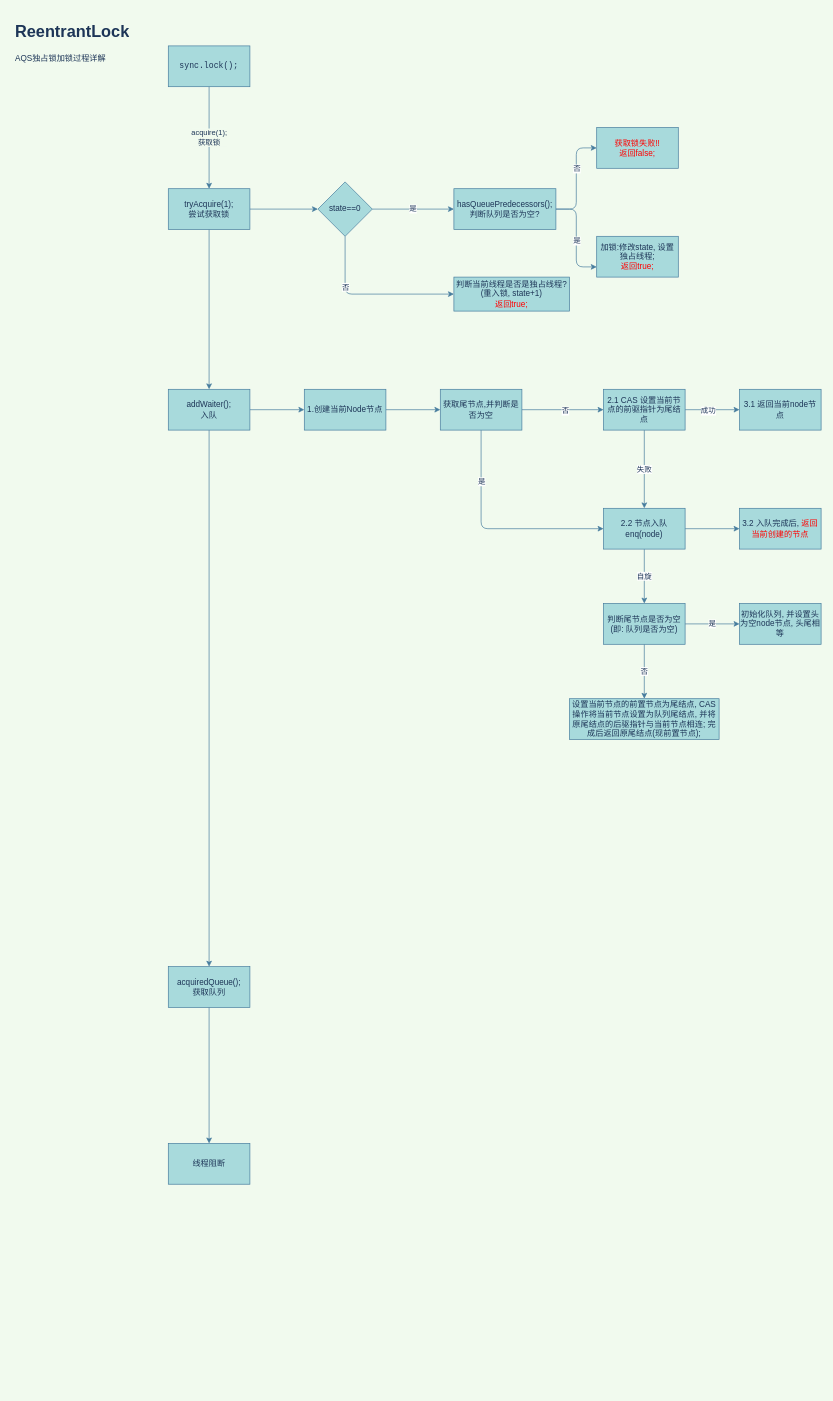
This is space1/未命名绘图.drawio from naccoit/drawio, a draw.io file, before an edit. Source tidied: cells renumbered, new cells numbered last; positions are measured from the earlier drawing's top-left corner, leaving out a move shared by most shapes. Both pictures are drawn from the tidied source at 68%, with x=0, y=0 at pixel (12, 18).
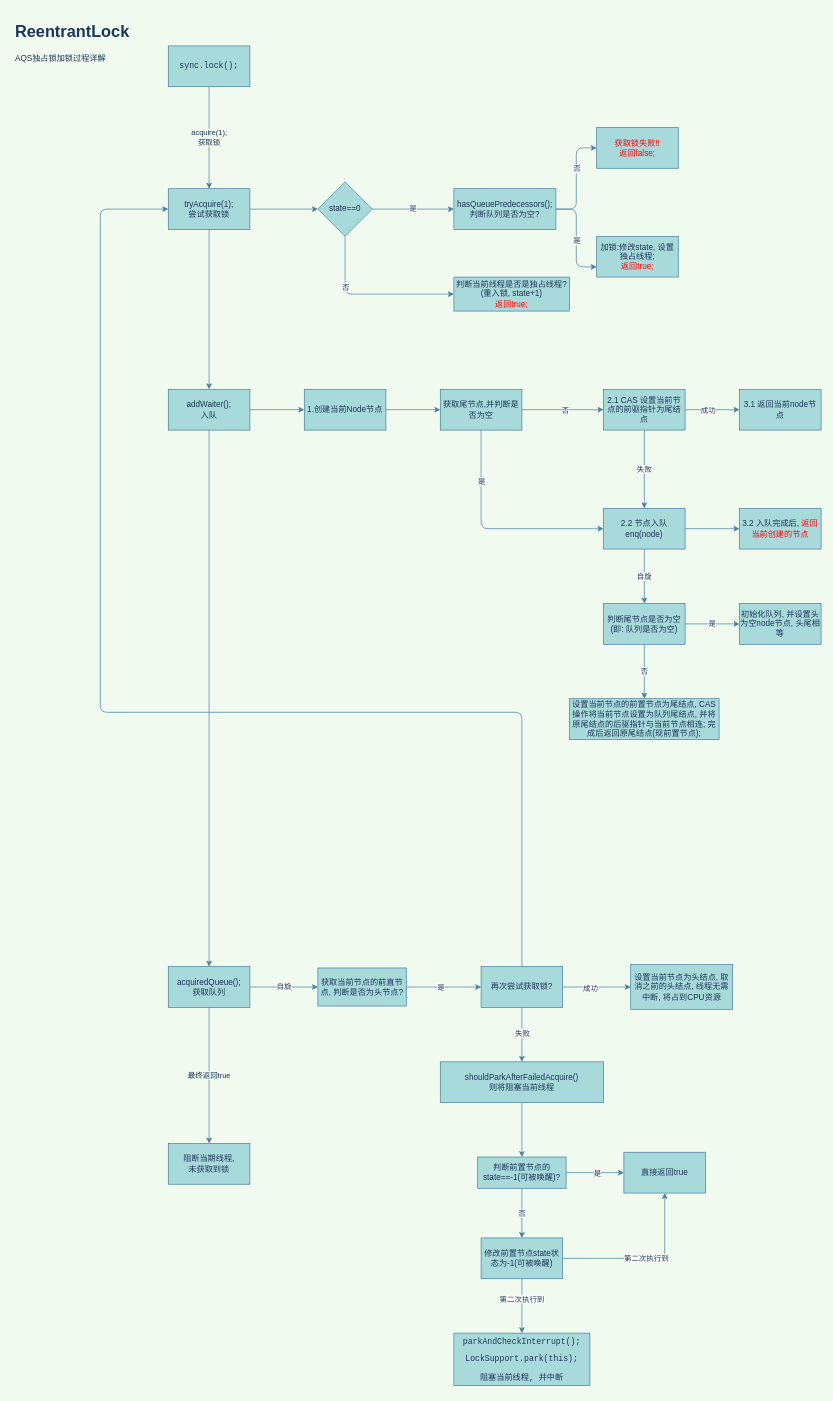
The same page after the edit.

Commit message (it also covers changes not shown here):
更新未命名绘图.drawio

Unchanged cells that the change refers to:
```xml
<mxCell id="9" value="tryAcquire(1);&lt;br&gt;尝试获取锁" style="whiteSpace=wrap;html=1;fillColor=#A8DADC;strokeColor=#457B9D;fontColor=#1D3557;" parent="1" vertex="1">
  <mxGeometry x="230" y="250" width="120" height="60" as="geometry" />
</mxCell>
<mxCell id="11" value="acquiredQueue();&lt;br&gt;获取队列" style="whiteSpace=wrap;html=1;fillColor=#A8DADC;strokeColor=#457B9D;fontColor=#1D3557;" parent="1" vertex="1">
  <mxGeometry x="230" y="1394" width="120" height="60" as="geometry" />
</mxCell>
```

What changed in the source:
```diff
@@
-    <mxCell id="10" style="edgeStyle=orthogonalEdgeStyle;jettySize=auto;html=1;labelBackgroundColor=#F1FAEE;strokeColor=#457B9D;fontColor=#1D3557;" parent="1" edge="1" source="11" target="12">
-      <mxGeometry relative="1" as="geometry" />
+    <mxCell id="10" value="最终返回true" style="edgeStyle=orthogonalEdgeStyle;jettySize=auto;html=1;labelBackgroundColor=#F1FAEE;strokeColor=#457B9D;fontColor=#1D3557;" parent="1" edge="1" source="11" target="12">
+      <mxGeometry relative="1" as="geometry">
+        <Array as="points">
+          <mxPoint x="290" y="1550" />
+          <mxPoint x="290" y="1550" />
+        </Array>
+      </mxGeometry>
     </mxCell>
+    <mxCell id="50" value="自旋" style="edgeStyle=orthogonalEdgeStyle;rounded=1;jettySize=auto;html=1;fontColor=#1D3557;strokeColor=#457B9D;fillColor=#A8DADC;" parent="1" edge="1" source="11" target="53">
+      <mxGeometry relative="1" as="geometry" />
+    </mxCell>
@@
-    <mxCell id="12" value="线程阻断" style="whiteSpace=wrap;html=1;fillColor=#A8DADC;strokeColor=#457B9D;fontColor=#1D3557;" parent="1" vertex="1">
+    <mxCell id="12" value="阻断当期线程, &lt;br&gt;未获取到锁" style="whiteSpace=wrap;html=1;fillColor=#A8DADC;strokeColor=#457B9D;fontColor=#1D3557;" parent="1" vertex="1">
       <mxGeometry x="230" y="1654" width="120" height="60" as="geometry" />
     </mxCell>
@@
+    <mxCell id="51" style="edgeStyle=orthogonalEdgeStyle;rounded=1;jettySize=auto;html=1;fontColor=#1D3557;strokeColor=#457B9D;fillColor=#A8DADC;" parent="1" edge="1" source="53" target="59">
+      <mxGeometry relative="1" as="geometry" />
+    </mxCell>
+    <mxCell id="52" value="是" style="edgeLabel;html=1;align=center;verticalAlign=middle;fontColor=#1D3557;" parent="51" vertex="1">
+      <mxGeometry x="0.15" y="-1" relative="1" as="geometry">
+        <mxPoint x="-13" y="-1" as="offset" />
+      </mxGeometry>
+    </mxCell>
+    <mxCell id="53" value="获取当前节点的前直节点, 判断是否为头节点?" style="whiteSpace=wrap;html=1;fontColor=#1D3557;strokeColor=#457B9D;fillColor=#A8DADC;" parent="1" vertex="1">
+      <mxGeometry x="450" y="1396" width="130" height="56" as="geometry" />
+    </mxCell>
+    <mxCell id="54" style="edgeStyle=orthogonalEdgeStyle;rounded=1;jettySize=auto;html=1;exitX=0.5;exitY=0;exitDx=0;exitDy=0;entryX=0;entryY=0.5;entryDx=0;entryDy=0;fontColor=#1D3557;strokeColor=#457B9D;fillColor=#A8DADC;" parent="1" edge="1" source="59" target="9">
+      <mxGeometry relative="1" as="geometry">
+        <Array as="points">
+          <mxPoint x="750" y="1020" />
+          <mxPoint x="130" y="1020" />
+          <mxPoint x="130" y="280" />
+        </Array>
+      </mxGeometry>
+    </mxCell>
+    <mxCell id="55" style="edgeStyle=orthogonalEdgeStyle;rounded=1;jettySize=auto;html=1;fontColor=#1D3557;strokeColor=#457B9D;fillColor=#A8DADC;" parent="1" edge="1" source="59" target="60">
+      <mxGeometry relative="1" as="geometry" />
+    </mxCell>
+    <mxCell id="56" value="成功" style="edgeLabel;html=1;align=center;verticalAlign=middle;fontColor=#1D3557;" parent="55" vertex="1">
+      <mxGeometry x="-0.2" y="-1" relative="1" as="geometry" />
+    </mxCell>
+    <mxCell id="57" style="edgeStyle=orthogonalEdgeStyle;rounded=1;jettySize=auto;html=1;fontColor=#1D3557;strokeColor=#457B9D;fillColor=#A8DADC;" parent="1" edge="1" source="59" target="62">
+      <mxGeometry relative="1" as="geometry" />
+    </mxCell>
+    <mxCell id="58" value="失败" style="edgeLabel;html=1;align=center;verticalAlign=middle;fontColor=#1D3557;" parent="57" vertex="1">
+      <mxGeometry x="-0.07" relative="1" as="geometry" />
+    </mxCell>
+    <mxCell id="59" value="再次尝试获取锁?" style="whiteSpace=wrap;html=1;fontColor=#1D3557;strokeColor=#457B9D;fillColor=#A8DADC;" parent="1" vertex="1">
+      <mxGeometry x="690" y="1394" width="120" height="60" as="geometry" />
+    </mxCell>
+    <mxCell id="60" value="设置当前节点为头结点, 取消之前的头结点, 线程无需中断, 将占到CPU资源" style="whiteSpace=wrap;html=1;fontColor=#1D3557;strokeColor=#457B9D;fillColor=#A8DADC;" parent="1" vertex="1">
+      <mxGeometry x="910" y="1391" width="150" height="66" as="geometry" />
+    </mxCell>
+    <mxCell id="61" style="edgeStyle=orthogonalEdgeStyle;rounded=1;jettySize=auto;html=1;fontColor=#1D3557;strokeColor=#457B9D;fillColor=#A8DADC;" parent="1" edge="1" source="62" target="66">
+      <mxGeometry relative="1" as="geometry" />
+    </mxCell>
+    <mxCell id="62" value="&lt;span&gt;shouldParkAfterFailedAcquire()&lt;br&gt;&lt;/span&gt;则将阻塞当前线程" style="whiteSpace=wrap;html=1;fontColor=#1D3557;strokeColor=#457B9D;fillColor=#A8DADC;" parent="1" vertex="1">
+      <mxGeometry x="630" y="1534" width="240" height="60" as="geometry" />
+    </mxCell>
+    <mxCell id="63" value="否" style="edgeStyle=orthogonalEdgeStyle;rounded=1;jettySize=auto;html=1;fontColor=#1D3557;strokeColor=#457B9D;fillColor=#A8DADC;" parent="1" edge="1" source="66" target="70">
+      <mxGeometry relative="1" as="geometry" />
+    </mxCell>
+    <mxCell id="64" style="edgeStyle=orthogonalEdgeStyle;rounded=1;jettySize=auto;html=1;fontColor=#1D3557;strokeColor=#457B9D;fillColor=#A8DADC;" parent="1" edge="1" source="66" target="71">
+      <mxGeometry relative="1" as="geometry" />
+    </mxCell>
+    <mxCell id="65" value="是" style="edgeLabel;html=1;align=center;verticalAlign=middle;fontColor=#1D3557;" parent="64" vertex="1">
+      <mxGeometry x="0.01" y="-3" relative="1" as="geometry">
+        <mxPoint x="2" y="-3" as="offset" />
+      </mxGeometry>
+    </mxCell>
+    <mxCell id="66" value="判断前置节点的state==-1(可被唤醒)?" style="whiteSpace=wrap;html=1;fontColor=#1D3557;strokeColor=#457B9D;fillColor=#A8DADC;" parent="1" vertex="1">
+      <mxGeometry x="685" y="1674" width="130" height="46" as="geometry" />
+    </mxCell>
+    <mxCell id="67" value="第二次执行到" style="edgeStyle=orthogonalEdgeStyle;rounded=1;jettySize=auto;html=1;exitX=1;exitY=0.5;exitDx=0;exitDy=0;entryX=0.5;entryY=1;entryDx=0;entryDy=0;fontColor=#1D3557;strokeColor=#457B9D;fillColor=#A8DADC;" parent="1" edge="1" source="70" target="71">
+      <mxGeometry relative="1" as="geometry" />
+    </mxCell>
+    <mxCell id="68" style="edgeStyle=orthogonalEdgeStyle;rounded=1;jettySize=auto;html=1;fontColor=#1D3557;strokeColor=#457B9D;fillColor=#A8DADC;" parent="1" edge="1" source="70" target="72">
+      <mxGeometry relative="1" as="geometry" />
+    </mxCell>
+    <mxCell id="69" value="第二次执行到" style="edgeLabel;html=1;align=center;verticalAlign=middle;fontColor=#1D3557;" parent="68" vertex="1">
+      <mxGeometry x="-0.28" y="-1" relative="1" as="geometry" />
+    </mxCell>
+    <mxCell id="70" value="修改前置节点state状态为-1(可被唤醒)" style="whiteSpace=wrap;html=1;fontColor=#1D3557;strokeColor=#457B9D;fillColor=#A8DADC;" parent="1" vertex="1">
+      <mxGeometry x="690" y="1793" width="120" height="60" as="geometry" />
+    </mxCell>
+    <mxCell id="71" value="直接返回true" style="whiteSpace=wrap;html=1;fontColor=#1D3557;strokeColor=#457B9D;fillColor=#A8DADC;" parent="1" vertex="1">
+      <mxGeometry x="900" y="1667" width="120" height="60" as="geometry" />
+    </mxCell>
+    <mxCell id="72" value="&lt;pre&gt;parkAndCheckInterrupt();&lt;/pre&gt;&lt;pre&gt;LockSupport.park(this);&lt;/pre&gt;&lt;pre&gt;阻塞当前线程, 并中断&lt;/pre&gt;" style="whiteSpace=wrap;html=1;fontColor=#1D3557;strokeColor=#457B9D;fillColor=#A8DADC;" parent="1" vertex="1">
+      <mxGeometry x="650" y="1933" width="200" height="77" as="geometry" />
+    </mxCell>
```
